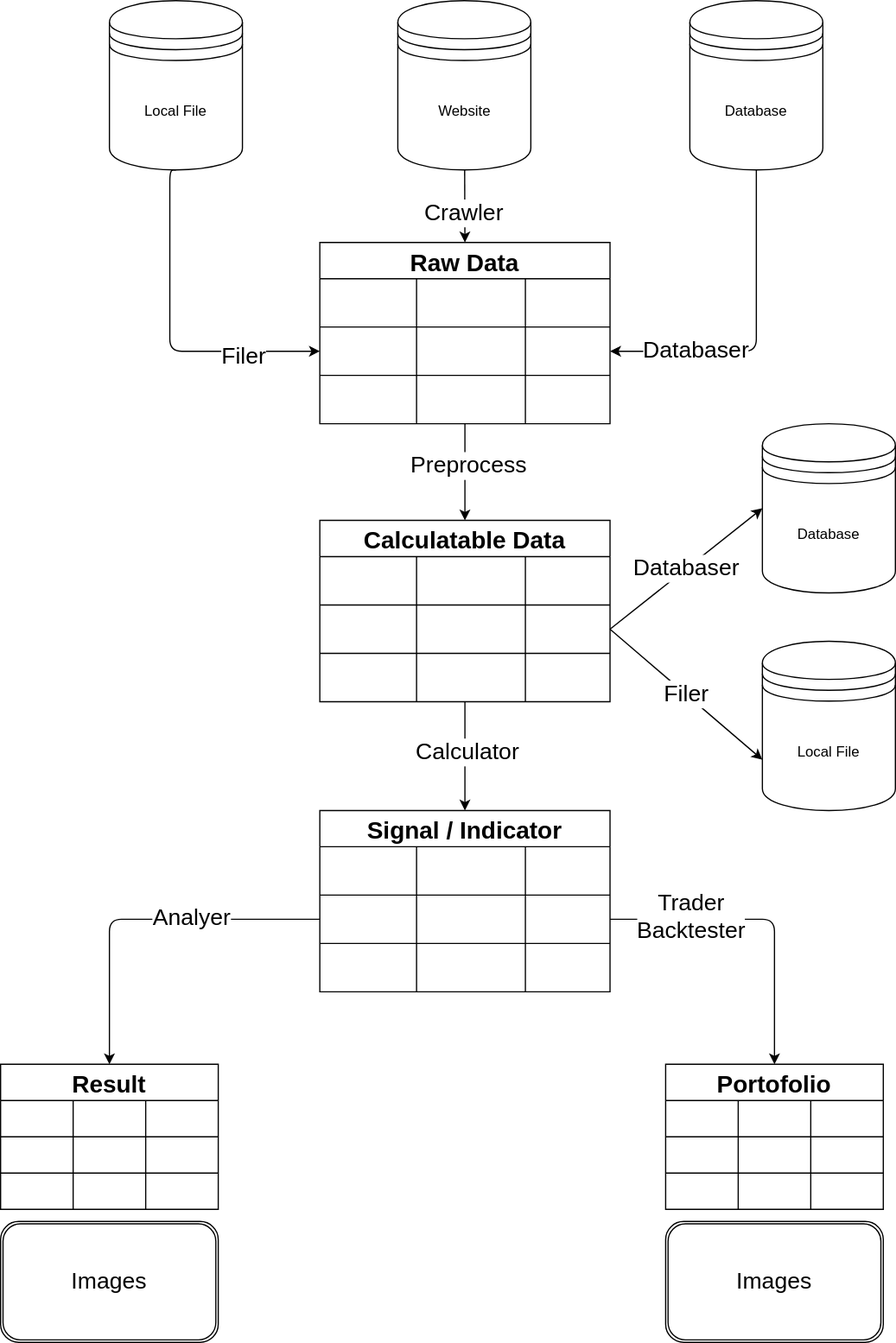
Earlier version of the draw.io export pandasquant/process.svg (webclinic017/FinancialResearch). Source tidied: cells renumbered, new cells last; positions are measured from the earlier drawing's top-left corner, leaving out a move shared by most shapes.
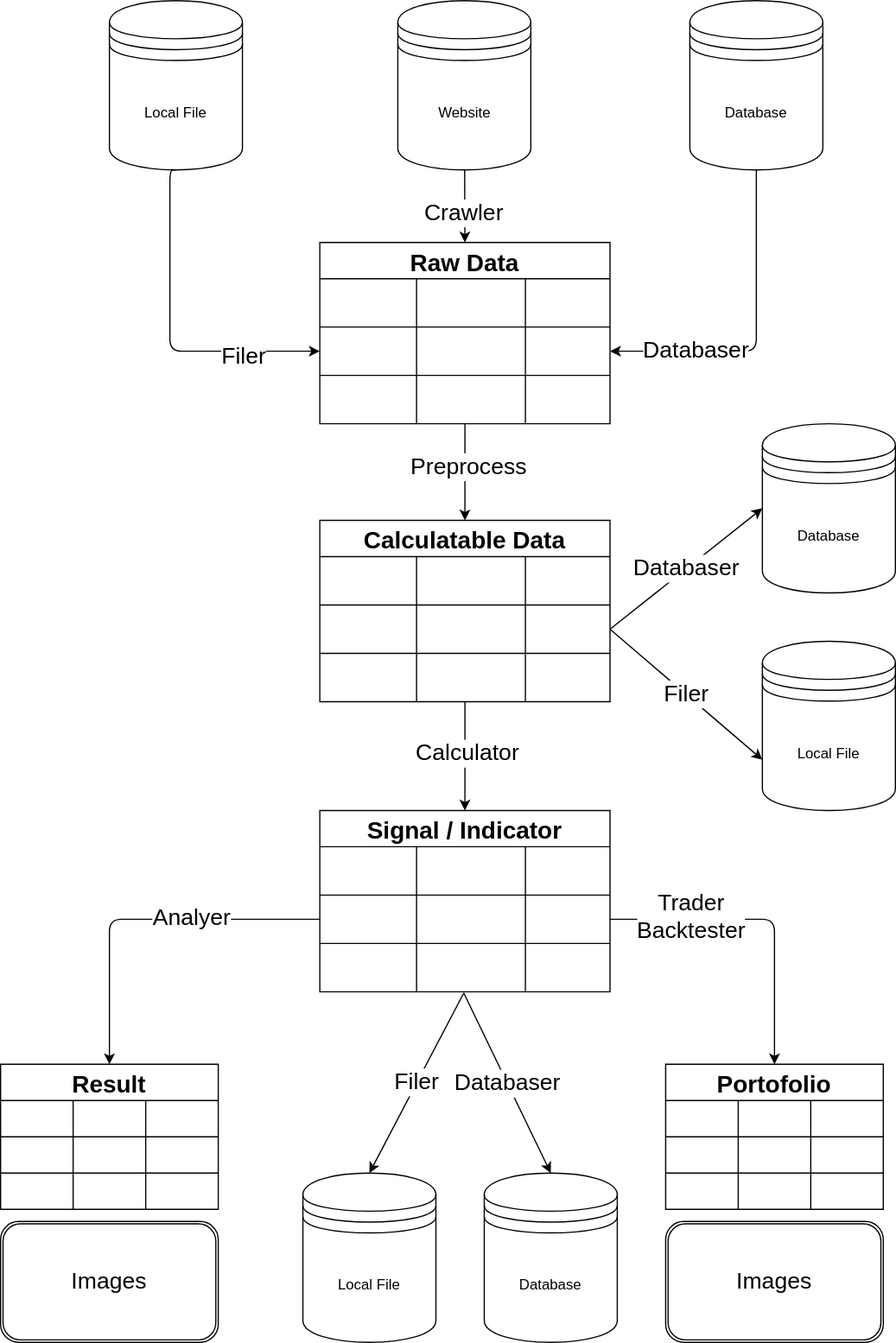
After the change.

What changed in the source:
```diff
@@ -291,5 +291,17 @@
     <mxCell id="89" value="Images" style="shape=ext;double=1;rounded=1;whiteSpace=wrap;html=1;fontSize=19;" parent="1" vertex="1">
       <mxGeometry x="550" y="1010" width="180" height="100" as="geometry" />
     </mxCell>
+    <mxCell id="90" value="Filer" style="edgeStyle=none;html=1;entryX=0.5;entryY=0;entryDx=0;entryDy=0;fontSize=19;exitX=0.496;exitY=1.025;exitDx=0;exitDy=0;exitPerimeter=0;" parent="1" edge="1" source="54" target="92">
+      <mxGeometry relative="1" as="geometry" />
+    </mxCell>
+    <mxCell id="91" value="Database" style="shape=datastore;whiteSpace=wrap;html=1;" parent="1" vertex="1">
+      <mxGeometry x="400" y="970" width="110" height="140" as="geometry" />
+    </mxCell>
+    <mxCell id="92" value="Local File" style="shape=datastore;whiteSpace=wrap;html=1;" parent="1" vertex="1">
+      <mxGeometry x="250" y="970" width="110" height="140" as="geometry" />
+    </mxCell>
+    <mxCell id="93" value="Databaser" style="edgeStyle=none;html=1;entryX=0.5;entryY=0;entryDx=0;entryDy=0;fontSize=19;exitX=0.496;exitY=1.025;exitDx=0;exitDy=0;exitPerimeter=0;" parent="1" edge="1" source="54" target="91">
+      <mxGeometry relative="1" as="geometry" />
+    </mxCell>
   </root>
 </mxGraphModel>
```
